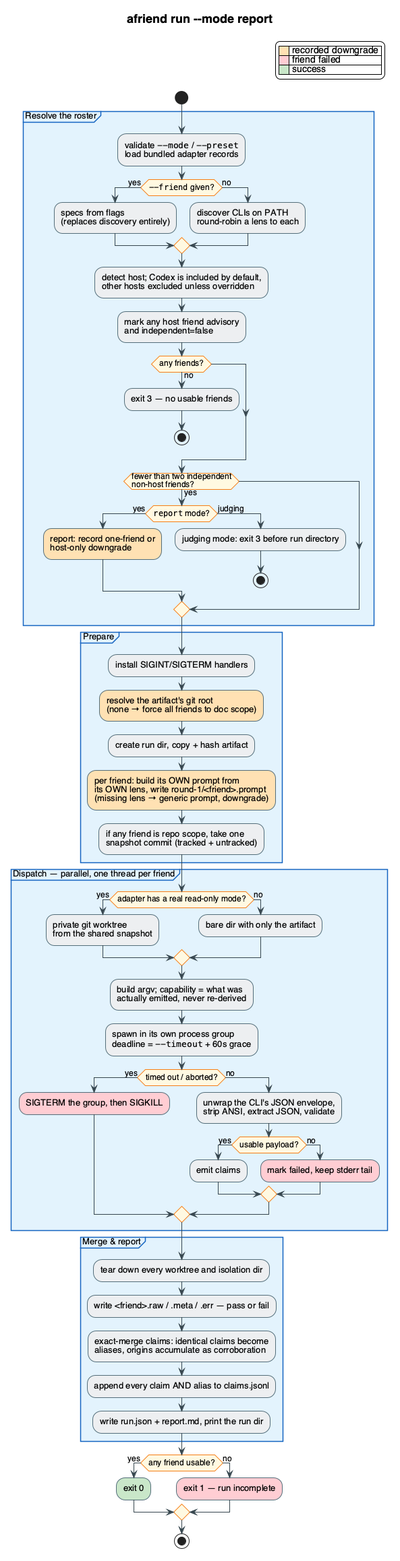
livingstaccato/adversarial-friends keeps this PlantUML diagram as docs/architecture/run-flow.png. Above is the earlier version.
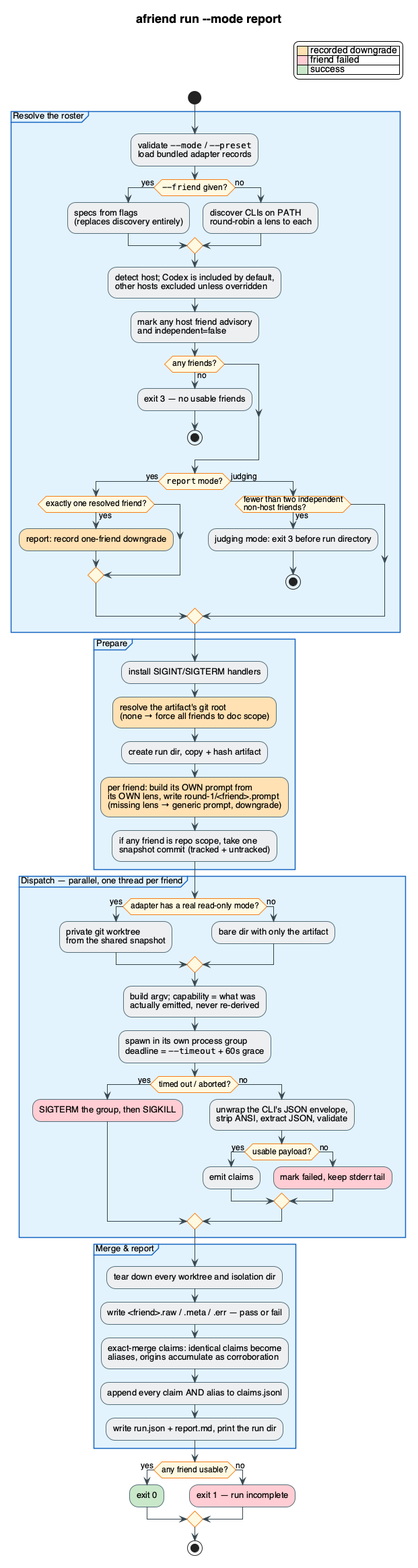
After the commit.

Change to the diagram source:
```diff
@@ -39,10 +39,12 @@
     :exit 3 — no usable friends;
     stop
   endif
-  if (fewer than two independent\nnon-host friends?) then (yes)
-    if (""report"" mode?) then (yes)
-      :report: record one-friend or\nhost-only downgrade;<<#FFE0B2>>
-    else (judging)
+  if (""report"" mode?) then (yes)
+    if (exactly one resolved friend?) then (yes)
+      :report: record one-friend downgrade;<<#FFE0B2>>
+    endif
+  else (judging)
+    if (fewer than two independent\nnon-host friends?) then (yes)
       :judging mode: exit 3 before run directory;
       stop
     endif
```
